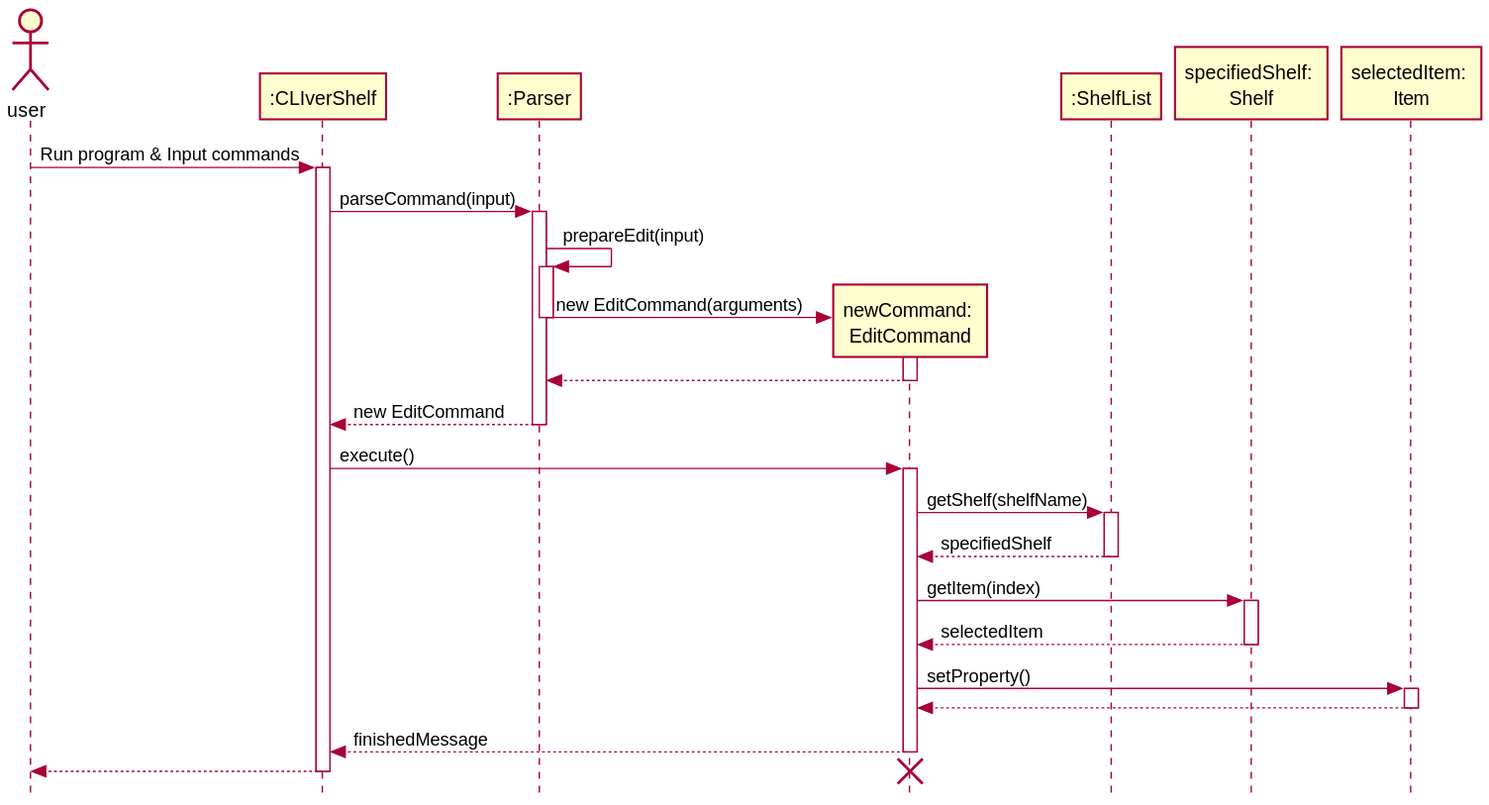
Above: docs/diagrams/Implementation_EditItems.svg in zh1huang/tp (PlantUML), before the change.
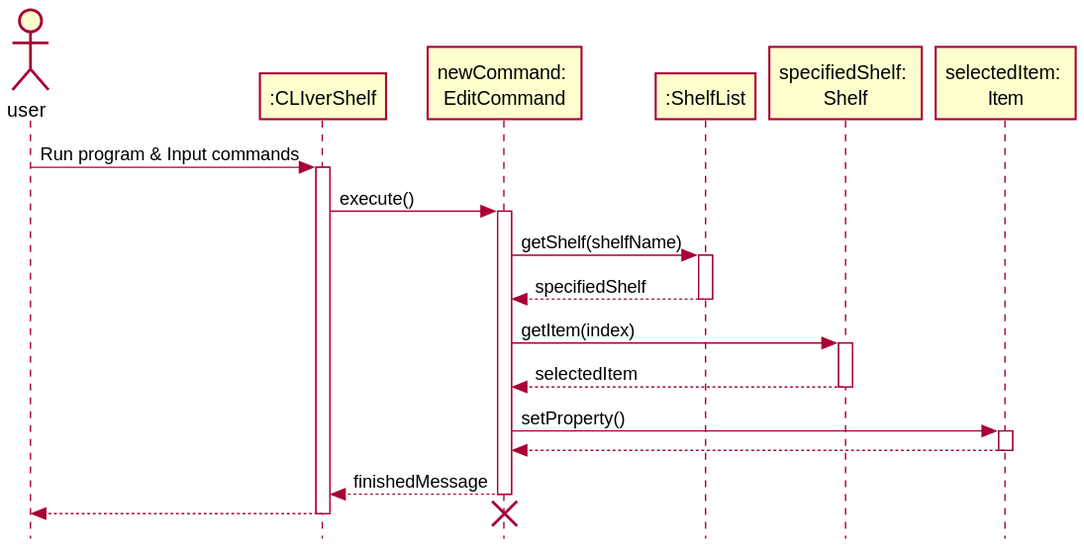
Above is the later version.

Diff of the diagram source:
```diff
@@ -3,24 +3,14 @@
 
 actor user
 participant ":CLIverShelf" as Main
-participant ":Parser" as Parser
+
 participant "newCommand: \nEditCommand" as Command
 participant ":ShelfList" as ShelfList
 participant "specifiedShelf: \nShelf" as Shelf
 participant "selectedItem: \nItem" as Item
 user -> Main: Run program & Input commands
 activate Main
-Main -> Parser: parseCommand(input)
-activate Parser
-Parser -> Parser: prepareEdit(input)
-activate Parser
-Parser -> Command **: new EditCommand(arguments)
-deactivate Parser
-activate Command
-Command --> Parser
-deactivate Command
-Parser --> Main: new EditCommand
-deactivate Parser
+
 
 Main -> Command: execute()
 activate Command
```
